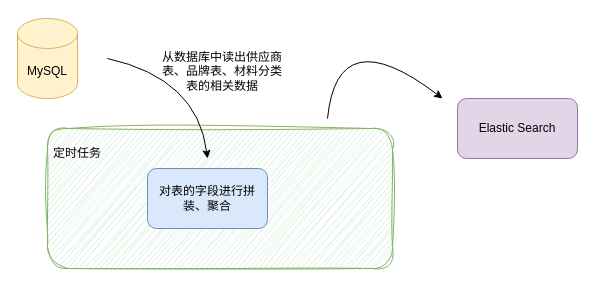
This is draw.io/定时任务逻辑.drawio from KeatonLi/pictures, a draw.io file, before an edit. Source tidied: cells renumbered, new cells numbered last; positions are measured from the earlier drawing's top-left corner, leaving out a move shared by most shapes. Both pictures are drawn from the tidied source at 100%, with x=0, y=0 at pixel (17, 18).
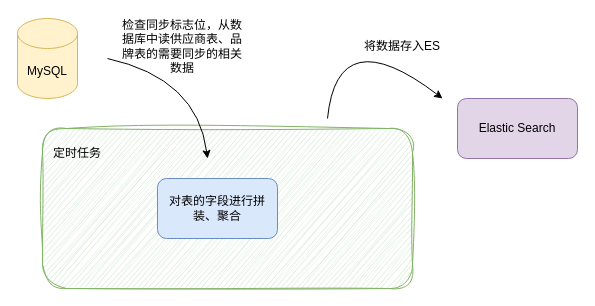
After the change.

Commit message:
更新定时任务逻辑.drawio

What changed in the source:
```diff
@@
 <mxGraphModel>
   <root>
     <mxCell id="0" />
     <mxCell id="1" parent="0" />
     <mxCell id="2" style="rounded=1;whiteSpace=wrap;html=1;fillColor=#d5e8d4;strokeColor=#82b366;sketch=1;curveFitting=1;jiggle=2;" parent="1" vertex="1">
-      <mxGeometry x="30" y="110" width="345" height="140" as="geometry" />
+      <mxGeometry x="25" y="110" width="370" height="160" as="geometry" />
     </mxCell>
     <mxCell id="3" value="MySQL" style="shape=cylinder3;whiteSpace=wrap;html=1;boundedLbl=1;backgroundOutline=1;size=15;fillColor=#fff2cc;strokeColor=#d6b656;" parent="1" vertex="1">
       <mxGeometry width="60" height="80" as="geometry" />
     </mxCell>
     <mxCell id="4" value="对表的字段进行拼装、聚合" style="rounded=1;whiteSpace=wrap;html=1;fillColor=#dae8fc;strokeColor=#6c8ebf;" parent="1" vertex="1">
-      <mxGeometry x="130" y="150" width="120" height="60" as="geometry" />
+      <mxGeometry x="140" y="160" width="120" height="60" as="geometry" />
     </mxCell>
     <mxCell id="5" style="endArrow=classic;html=1;curved=1;" parent="1" edge="1">
       <mxGeometry relative="1" as="geometry">
         <mxPoint x="90" y="40" as="sourcePoint" />
         <mxPoint x="190" y="140" as="targetPoint" />
         <Array as="points">
           <mxPoint x="180" y="60" />
         </Array>
       </mxGeometry>
     </mxCell>
-    <mxCell id="6" value="从数据库中读出供应商表、品牌表、材料分类表的相关数据" style="text;html=1;strokeColor=none;fillColor=none;align=center;verticalAlign=middle;whiteSpace=wrap;rounded=0;" parent="1" vertex="1">
-      <mxGeometry x="140" y="25" width="130" height="55" as="geometry" />
+    <mxCell id="6" value="检查同步标志位，从数据库中读供应商表、品牌表的需要同步的相关数据" style="text;html=1;strokeColor=none;fillColor=none;align=center;verticalAlign=middle;whiteSpace=wrap;rounded=0;" parent="1" vertex="1">
+      <mxGeometry x="100" width="130" height="55" as="geometry" />
     </mxCell>
     <mxCell id="7" value="定时任务" style="text;html=1;strokeColor=none;fillColor=none;align=center;verticalAlign=middle;whiteSpace=wrap;rounded=0;" parent="1" vertex="1">
       <mxGeometry x="30" y="120" width="60" height="30" as="geometry" />
     </mxCell>
     <mxCell id="8" style="endArrow=classic;html=1;curved=1;" parent="1" edge="1">
       <mxGeometry relative="1" as="geometry">
         <mxPoint x="310" y="100" as="sourcePoint" />
         <mxPoint x="425" y="80" as="targetPoint" />
         <Array as="points">
           <mxPoint x="320" />
         </Array>
       </mxGeometry>
     </mxCell>
     <mxCell id="9" value="Elastic Search" style="rounded=1;whiteSpace=wrap;html=1;fillColor=#e1d5e7;strokeColor=#9673a6;" parent="1" vertex="1">
       <mxGeometry x="440" y="80" width="120" height="60" as="geometry" />
     </mxCell>
+    <mxCell id="10" value="将数据存入ES" style="text;html=1;strokeColor=none;fillColor=none;align=center;verticalAlign=middle;whiteSpace=wrap;rounded=0;" parent="1" vertex="1">
+      <mxGeometry x="320" width="130" height="55" as="geometry" />
+    </mxCell>
   </root>
 </mxGraphModel>
```
